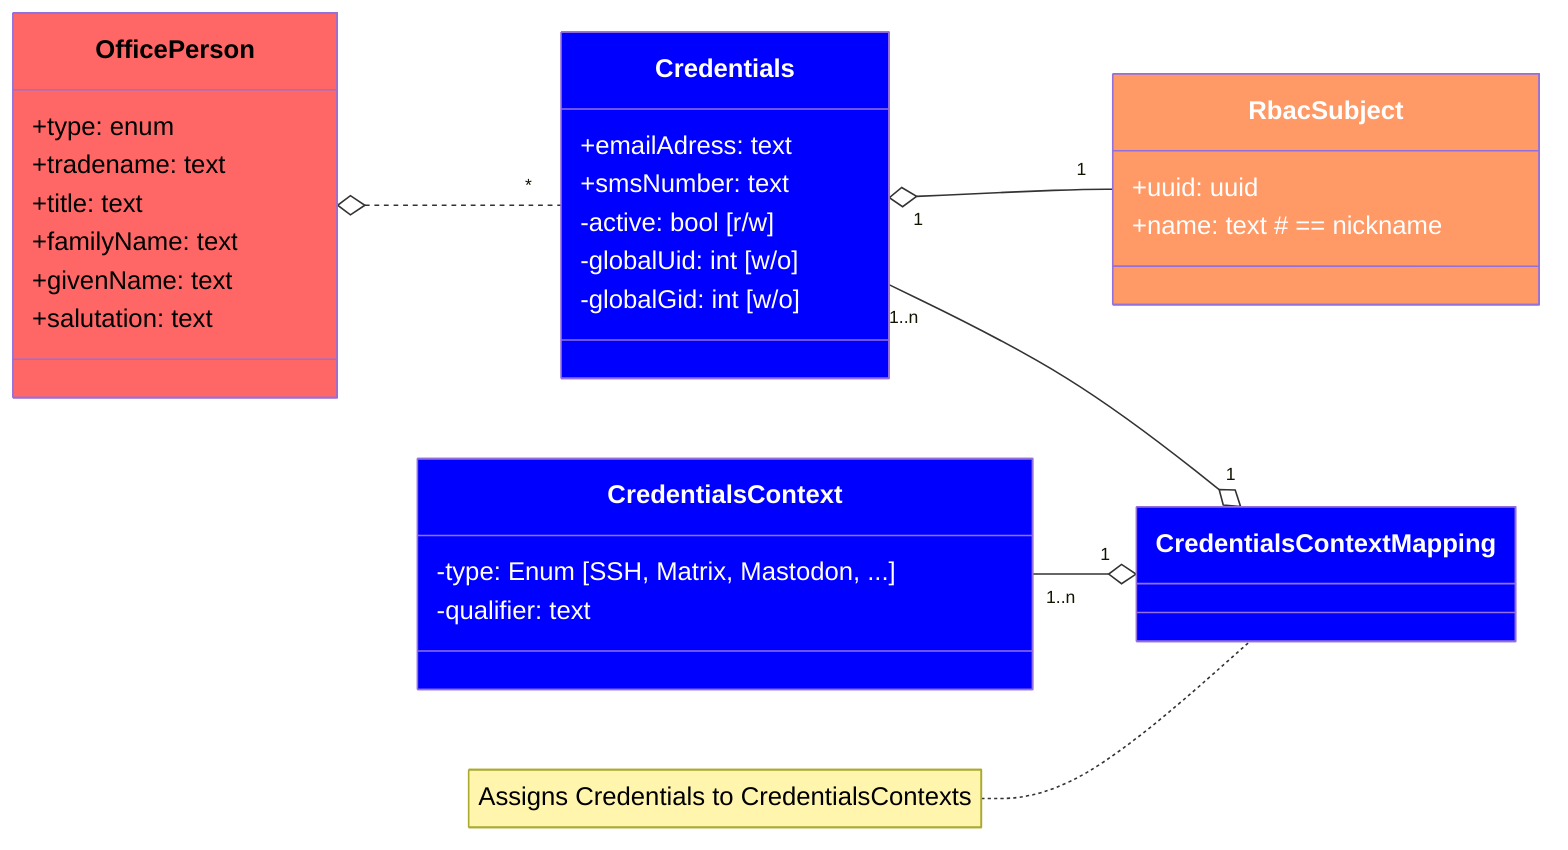
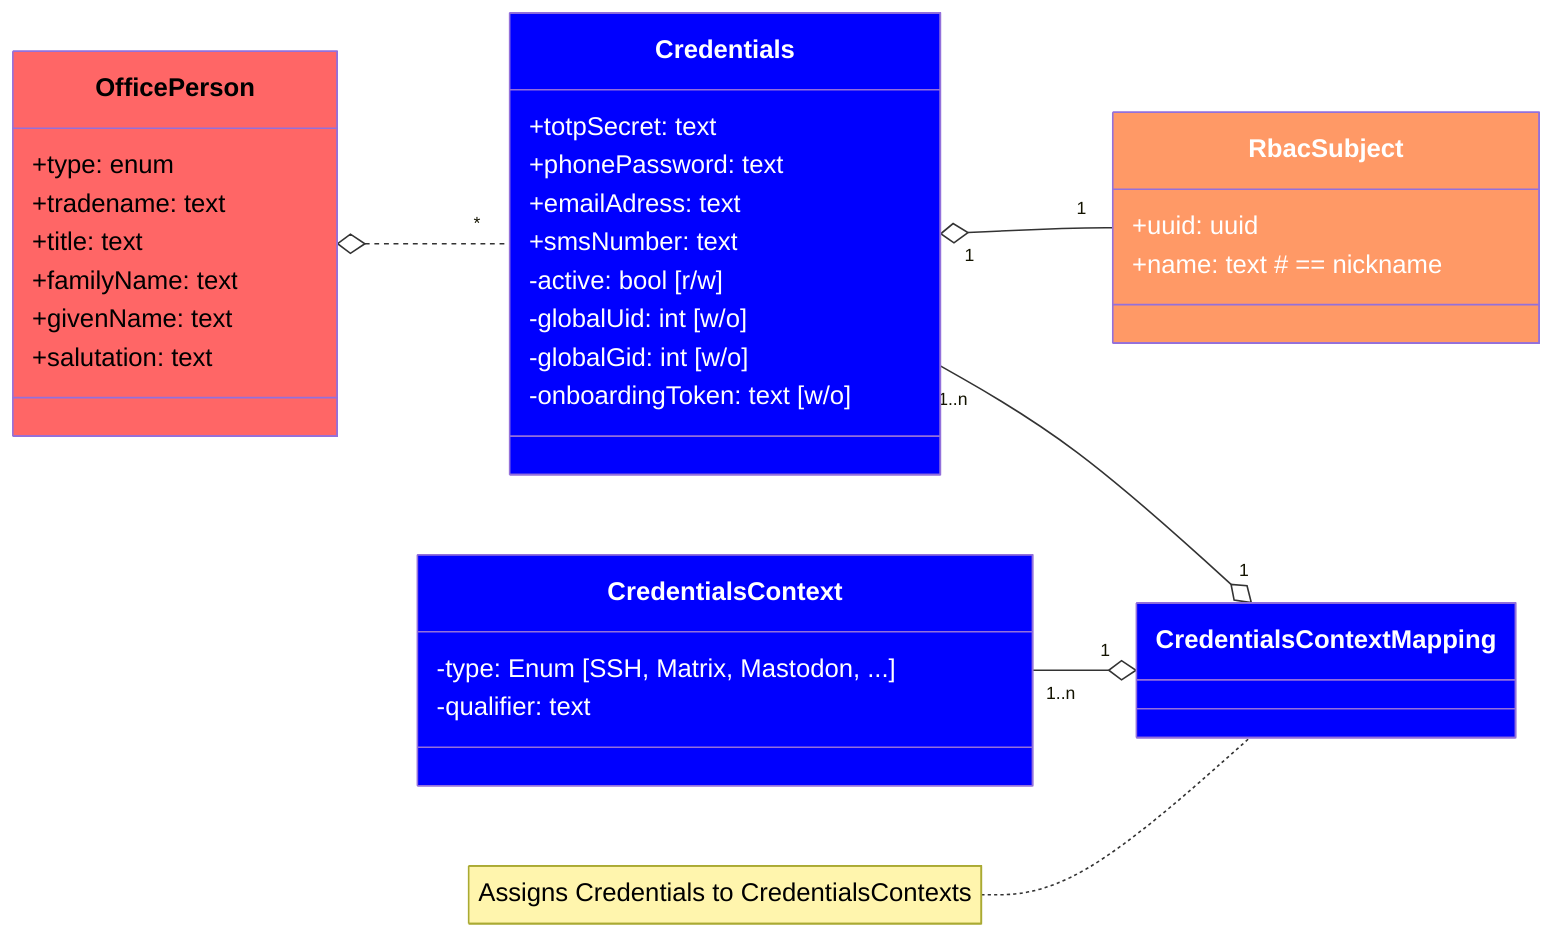
classDiagram
    direction LR

    OfficePerson o.. "*" Credentials
    Credentials "1" o-- "1" RbacSubject

    CredentialsContext "1..n" --o "1" CredentialsContextMapping
    Credentials "1..n" --o "1" CredentialsContextMapping

    class Credentials{
+         +totpSecret: text
+         +phonePassword: text
        +emailAdress: text
        +smsNumber: text
        -active: bool [r/w]
        -globalUid: int [w/o]
        -globalGid: int [w/o]
+         -onboardingToken: text [w/o]
    }

    class CredentialsContext{
        -type: Enum [SSH, Matrix, Mastodon, ...]
        -qualifier: text
    }

    class CredentialsContextMapping{
    }
    note for CredentialsContextMapping "Assigns Credentials to CredentialsContexts"

    class RbacSubject{
        +uuid: uuid
        +name: text # == nickname
    }

    class OfficePerson{
        +type: enum
        +tradename: text
        +title: text
        +familyName: text
        +givenName: text
        +salutation: text
    }

    style CredentialsContext fill:#00f,color:#fff
    style CredentialsContextMapping fill:#00f,color:#fff
    style Credentials fill:#00f,color:#fff

    style RbacSubject fill:#f96,color:#fff
    style OfficePerson fill:#f66,color:#000
